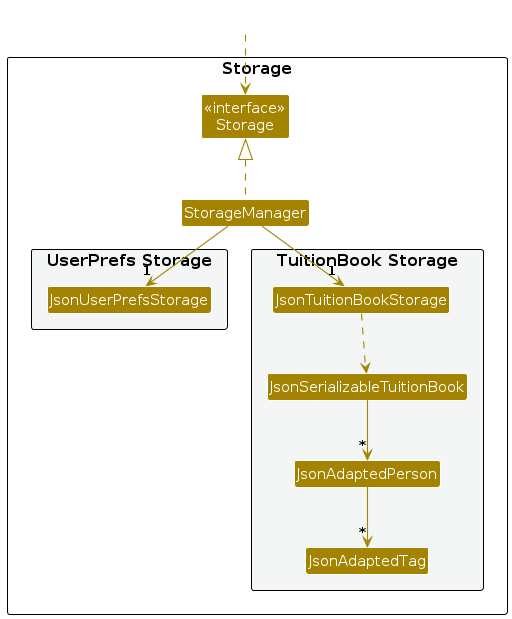
This is diagrams/StorageClassDiagram.png from AY2627S1-CS2103T-T16-2/tp, a PlantUML export, as it was before one commit. Its source is kept beside it as diagrams/StorageClassDiagram.puml.
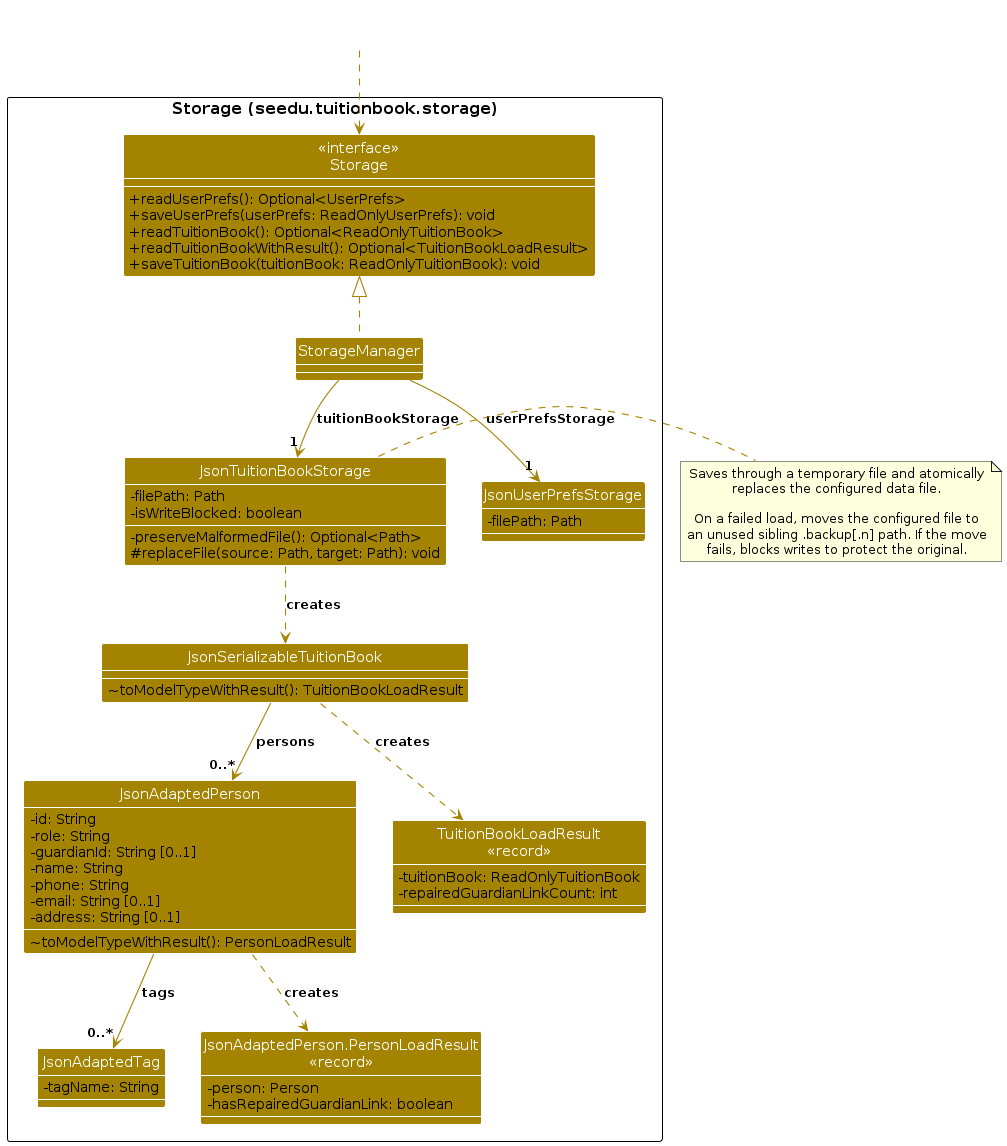
The same file after the commit.

The edit, as a diff of the source:
```diff
@@ -3,21 +3,53 @@
 skinparam arrowThickness 1.1
 skinparam arrowColor STORAGE_COLOR
 skinparam classBackgroundColor STORAGE_COLOR
+skinparam classAttributeIconSize 0
+show members
 
-package Storage as StoragePackage {
+package "Storage (seedu.tuitionbook.storage)" as StoragePackage {
 
-Class "<<interface>>\nStorage" as Storage
+Class "<<interface>>\nStorage" as Storage {
+    +readUserPrefs(): Optional<UserPrefs>
+    +saveUserPrefs(userPrefs: ReadOnlyUserPrefs): void
+    +readTuitionBook(): Optional<ReadOnlyTuitionBook>
+    +readTuitionBookWithResult(): Optional<TuitionBookLoadResult>
+    +saveTuitionBook(tuitionBook: ReadOnlyTuitionBook): void
+}
 Class StorageManager
 
-package "UserPrefs Storage" #F4F6F6{
-Class JsonUserPrefsStorage
+Class JsonUserPrefsStorage {
+    -filePath: Path
 }
 
-package "TuitionBook Storage" #F4F6F6{
-Class JsonTuitionBookStorage
-Class JsonSerializableTuitionBook
-Class JsonAdaptedPerson
-Class JsonAdaptedTag
+Class JsonTuitionBookStorage {
+    -filePath: Path
+    -isWriteBlocked: boolean
+    -preserveMalformedFile(): Optional<Path>
+    #replaceFile(source: Path, target: Path): void
+}
+Class JsonSerializableTuitionBook {
+    ~toModelTypeWithResult(): TuitionBookLoadResult
+}
+Class JsonAdaptedPerson {
+    -id: String
+    -role: String
+    -guardianId: String [0..1]
+    -name: String
+    -phone: String
+    -email: String [0..1]
+    -address: String [0..1]
+    ~toModelTypeWithResult(): PersonLoadResult
+}
+Class JsonAdaptedTag {
+    -tagName: String
+}
+Class "TuitionBookLoadResult\n<<record>>" as TuitionBookLoadResult {
+    -tuitionBook: ReadOnlyTuitionBook
+    -repairedGuardianLinkCount: int
+}
+Class "JsonAdaptedPerson.PersonLoadResult\n<<record>>" as PersonLoadResult {
+    -person: Person
+    -hasRepairedGuardianLink: boolean
 }
 
 }
@@ -26,11 +58,22 @@
 HiddenOutside ..> Storage
 
 StorageManager .up.|> Storage
-StorageManager -down-> "1" JsonUserPrefsStorage
-StorageManager -down-> "1" JsonTuitionBookStorage
+StorageManager -down-> "1" JsonUserPrefsStorage : userPrefsStorage
+StorageManager -down-> "1" JsonTuitionBookStorage : tuitionBookStorage
 
-JsonTuitionBookStorage ..> JsonSerializableTuitionBook
-JsonSerializableTuitionBook --> "*" JsonAdaptedPerson
-JsonAdaptedPerson --> "*" JsonAdaptedTag
+JsonTuitionBookStorage ..> JsonSerializableTuitionBook : creates
+JsonSerializableTuitionBook ..> TuitionBookLoadResult : creates
+JsonAdaptedPerson ..> PersonLoadResult : creates
+JsonSerializableTuitionBook --> "0..*" JsonAdaptedPerson : persons
+JsonAdaptedPerson --> "0..*" JsonAdaptedTag : tags
+
+note right of JsonTuitionBookStorage
+  Saves through a temporary file and atomically
+  replaces the configured data file.
+
+  On a failed load, moves the configured file to
+  an unused sibling .backup[.n] path. If the move
+  fails, blocks writes to protect the original.
+end note
 
 @enduml
```
